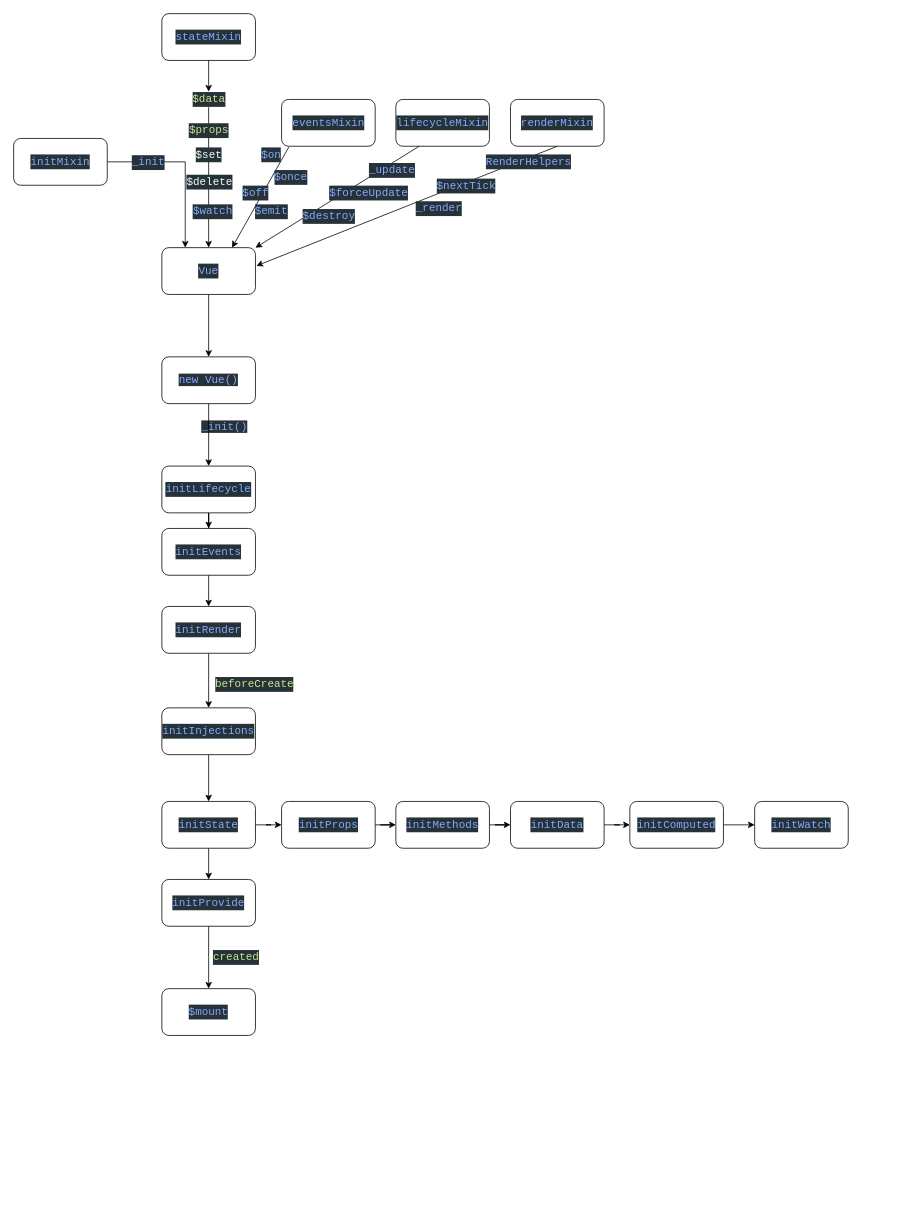
This is VueTimeline.drawio from Immanding/instanceTimeline, a draw.io file, before an edit. Source tidied: cells renumbered, new cells numbered last; positions are measured from the earlier drawing's top-left corner, leaving out a move shared by most shapes. Both pictures are drawn from the tidied source at 78%, with x=0, y=0 at pixel (13, 13).
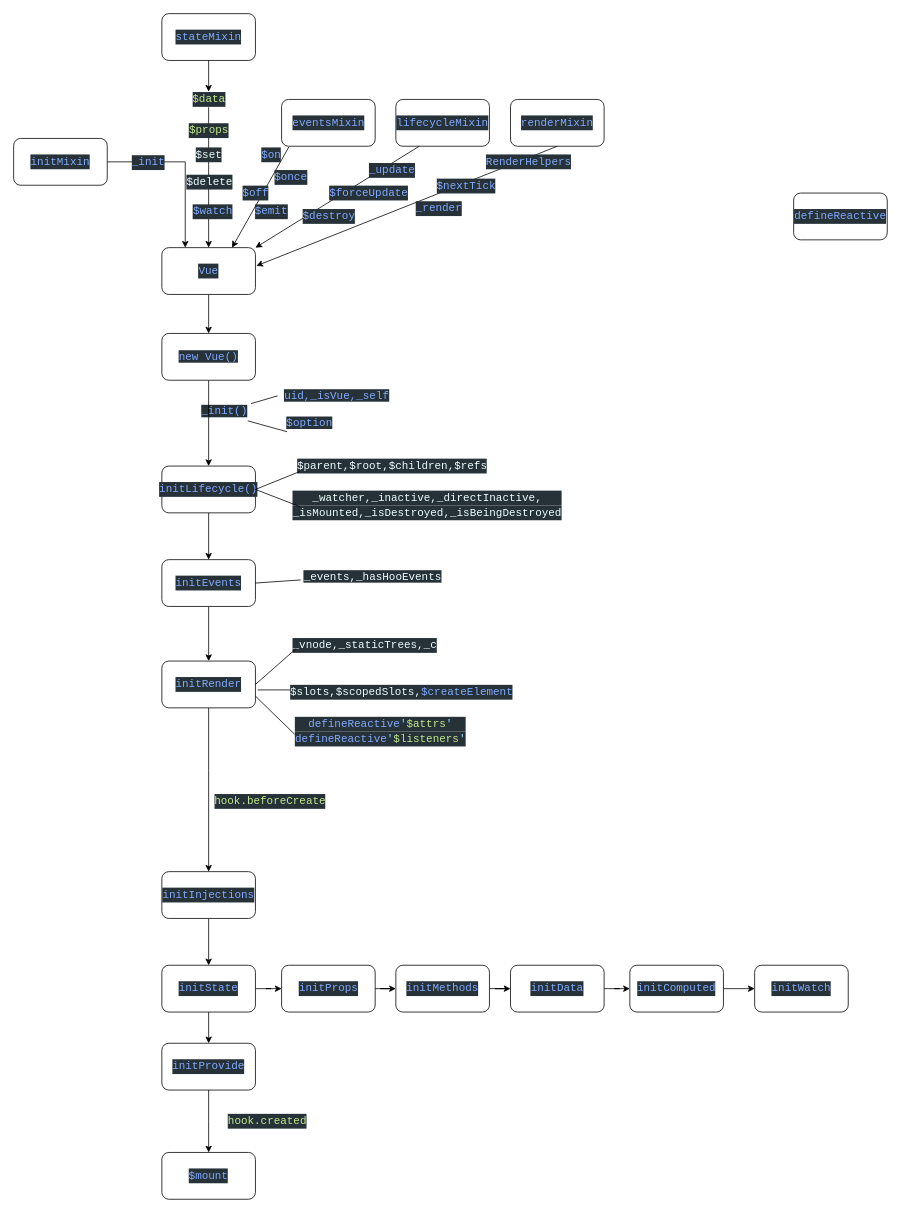
After the change.

Diff of the diagram source:
```diff
@@
-    <mxCell id="5" value="&lt;div style=&quot;color: rgb(238 , 255 , 255) ; background-color: rgb(38 , 50 , 56) ; font-family: &amp;#34;consolas&amp;#34; , &amp;#34;courier new&amp;#34; , monospace ; font-size: 14px ; line-height: 19px ; white-space: pre&quot;&gt;&lt;span style=&quot;color: #82aaff&quot;&gt;initLifecycle&lt;/span&gt;&lt;/div&gt;" style="rounded=1;whiteSpace=wrap;html=1;" parent="1" vertex="1">
+    <mxCell id="5" value="&lt;div style=&quot;color: rgb(238 , 255 , 255) ; background-color: rgb(38 , 50 , 56) ; font-family: &amp;#34;consolas&amp;#34; , &amp;#34;courier new&amp;#34; , monospace ; font-size: 14px ; line-height: 19px ; white-space: pre&quot;&gt;&lt;span style=&quot;color: #82aaff&quot;&gt;initLifecycle()&lt;/span&gt;&lt;/div&gt;" style="rounded=1;whiteSpace=wrap;html=1;" parent="1" vertex="1">
       <mxGeometry x="190" y="580" width="120" height="60" as="geometry" />
     </mxCell>
@@
     <mxCell id="7" value="&lt;div style=&quot;color: rgb(238 , 255 , 255) ; background-color: rgb(38 , 50 , 56) ; font-family: &amp;#34;consolas&amp;#34; , &amp;#34;courier new&amp;#34; , monospace ; font-size: 14px ; line-height: 19px ; white-space: pre&quot;&gt;&lt;span style=&quot;color: #82aaff&quot;&gt;initInjections&lt;/span&gt;&lt;/div&gt;" style="rounded=1;whiteSpace=wrap;html=1;" parent="1" vertex="1">
-      <mxGeometry x="190" y="890" width="120" height="60" as="geometry" />
+      <mxGeometry x="190" y="1100" width="120" height="60" as="geometry" />
     </mxCell>
     <mxCell id="8" style="edgeStyle=orthogonalEdgeStyle;rounded=0;jettySize=auto;html=1;" parent="1" edge="1" source="9" target="7">
       <mxGeometry relative="1" as="geometry">
         <Array as="points">
-          <mxPoint x="250" y="860" />
-          <mxPoint x="250" y="860" />
+          <mxPoint x="250" y="970" />
+          <mxPoint x="250" y="970" />
         </Array>
       </mxGeometry>
     </mxCell>
     <mxCell id="9" value="&lt;div style=&quot;color: rgb(238 , 255 , 255) ; background-color: rgb(38 , 50 , 56) ; font-family: &amp;#34;consolas&amp;#34; , &amp;#34;courier new&amp;#34; , monospace ; font-size: 14px ; line-height: 19px ; white-space: pre&quot;&gt;&lt;span style=&quot;color: #82aaff&quot;&gt;initRender&lt;/span&gt;&lt;/div&gt;" style="rounded=1;whiteSpace=wrap;html=1;" parent="1" vertex="1">
-      <mxGeometry x="190" y="760" width="120" height="60" as="geometry" />
+      <mxGeometry x="190" y="830" width="120" height="60" as="geometry" />
     </mxCell>
@@
     <mxCell id="11" value="&lt;div style=&quot;color: rgb(238 , 255 , 255) ; background-color: rgb(38 , 50 , 56) ; font-family: &amp;#34;consolas&amp;#34; , &amp;#34;courier new&amp;#34; , monospace ; font-size: 14px ; line-height: 19px ; white-space: pre&quot;&gt;&lt;span style=&quot;color: #82aaff&quot;&gt;initEvents&lt;/span&gt;&lt;/div&gt;" style="rounded=1;whiteSpace=wrap;html=1;" parent="1" vertex="1">
-      <mxGeometry x="190" y="660" width="120" height="60" as="geometry" />
+      <mxGeometry x="190" y="700" width="120" height="60" as="geometry" />
     </mxCell>
-    <mxCell id="12" value="&lt;div style=&quot;color: rgb(238 , 255 , 255) ; background-color: rgb(38 , 50 , 56) ; font-family: &amp;#34;consolas&amp;#34; , &amp;#34;courier new&amp;#34; , monospace ; font-size: 14px ; line-height: 19px ; white-space: pre&quot;&gt;&lt;span style=&quot;color: #c3e88d&quot;&gt;beforeCreate&lt;/span&gt;&lt;/div&gt;" style="text;html=1;strokeColor=none;fillColor=none;align=center;verticalAlign=middle;whiteSpace=wrap;rounded=0;" parent="1" vertex="1">
-      <mxGeometry x="274" y="850" width="70" height="20" as="geometry" />
+    <mxCell id="12" value="&lt;div style=&quot;color: rgb(238 , 255 , 255) ; background-color: rgb(38 , 50 , 56) ; font-family: &amp;#34;consolas&amp;#34; , &amp;#34;courier new&amp;#34; , monospace ; font-size: 14px ; line-height: 19px ; white-space: pre&quot;&gt;&lt;span style=&quot;color: #c3e88d&quot;&gt;hook.beforeCreate&lt;/span&gt;&lt;/div&gt;" style="text;html=1;strokeColor=none;fillColor=none;align=center;verticalAlign=middle;whiteSpace=wrap;rounded=0;" parent="1" vertex="1">
+      <mxGeometry x="293.5" y="1000" width="70" height="20" as="geometry" />
     </mxCell>
@@
     <mxCell id="15" value="&lt;div style=&quot;color: rgb(238 , 255 , 255) ; background-color: rgb(38 , 50 , 56) ; font-family: &amp;#34;consolas&amp;#34; , &amp;#34;courier new&amp;#34; , monospace ; font-size: 14px ; line-height: 19px ; white-space: pre&quot;&gt;&lt;span style=&quot;color: #82aaff&quot;&gt;initState&lt;/span&gt;&lt;/div&gt;" style="rounded=1;whiteSpace=wrap;html=1;" parent="1" vertex="1">
-      <mxGeometry x="190" y="1010" width="120" height="60" as="geometry" />
+      <mxGeometry x="190" y="1220" width="120" height="60" as="geometry" />
     </mxCell>
@@
     <mxCell id="17" value="&lt;div style=&quot;color: rgb(238 , 255 , 255) ; background-color: rgb(38 , 50 , 56) ; font-family: &amp;#34;consolas&amp;#34; , &amp;#34;courier new&amp;#34; , monospace ; font-size: 14px ; line-height: 19px ; white-space: pre&quot;&gt;&lt;span style=&quot;color: #82aaff&quot;&gt;initProps&lt;/span&gt;&lt;/div&gt;" style="rounded=1;whiteSpace=wrap;html=1;" parent="1" vertex="1">
-      <mxGeometry x="343.5" y="1010" width="120" height="60" as="geometry" />
+      <mxGeometry x="343.5" y="1220" width="120" height="60" as="geometry" />
     </mxCell>
@@
     <mxCell id="19" value="&lt;div style=&quot;color: rgb(238 , 255 , 255) ; background-color: rgb(38 , 50 , 56) ; font-family: &amp;#34;consolas&amp;#34; , &amp;#34;courier new&amp;#34; , monospace ; font-size: 14px ; line-height: 19px ; white-space: pre&quot;&gt;&lt;span style=&quot;color: #82aaff&quot;&gt;initMethods&lt;/span&gt;&lt;/div&gt;" style="rounded=1;whiteSpace=wrap;html=1;" parent="1" vertex="1">
-      <mxGeometry x="490" y="1010" width="120" height="60" as="geometry" />
+      <mxGeometry x="490" y="1220" width="120" height="60" as="geometry" />
     </mxCell>
@@
     <mxCell id="21" value="&lt;div style=&quot;color: rgb(238 , 255 , 255) ; background-color: rgb(38 , 50 , 56) ; font-family: &amp;#34;consolas&amp;#34; , &amp;#34;courier new&amp;#34; , monospace ; font-size: 14px ; line-height: 19px ; white-space: pre&quot;&gt;&lt;span style=&quot;color: #82aaff&quot;&gt;initData&lt;/span&gt;&lt;/div&gt;" style="rounded=1;whiteSpace=wrap;html=1;" parent="1" vertex="1">
-      <mxGeometry x="637" y="1010" width="120" height="60" as="geometry" />
+      <mxGeometry x="637" y="1220" width="120" height="60" as="geometry" />
     </mxCell>
@@
     <mxCell id="23" value="&lt;div style=&quot;color: rgb(238 , 255 , 255) ; background-color: rgb(38 , 50 , 56) ; font-family: &amp;#34;consolas&amp;#34; , &amp;#34;courier new&amp;#34; , monospace ; font-size: 14px ; line-height: 19px ; white-space: pre&quot;&gt;&lt;span style=&quot;color: #82aaff&quot;&gt;initComputed&lt;/span&gt;&lt;/div&gt;" style="rounded=1;whiteSpace=wrap;html=1;" parent="1" vertex="1">
-      <mxGeometry x="790" y="1010" width="120" height="60" as="geometry" />
+      <mxGeometry x="790" y="1220" width="120" height="60" as="geometry" />
     </mxCell>
     <mxCell id="24" value="&lt;div style=&quot;color: rgb(238 , 255 , 255) ; background-color: rgb(38 , 50 , 56) ; font-family: &amp;#34;consolas&amp;#34; , &amp;#34;courier new&amp;#34; , monospace ; font-size: 14px ; line-height: 19px ; white-space: pre&quot;&gt;&lt;span style=&quot;color: #82aaff&quot;&gt;initWatch&lt;/span&gt;&lt;/div&gt;" style="rounded=1;whiteSpace=wrap;html=1;" parent="1" vertex="1">
-      <mxGeometry x="950" y="1010" width="120" height="60" as="geometry" />
+      <mxGeometry x="950" y="1220" width="120" height="60" as="geometry" />
     </mxCell>
     <mxCell id="25" style="edgeStyle=orthogonalEdgeStyle;rounded=0;jettySize=auto;html=1;" parent="1" edge="1" source="26">
       <mxGeometry relative="1" as="geometry">
-        <mxPoint x="250" y="1250" as="targetPoint" />
+        <mxPoint x="250" y="1460" as="targetPoint" />
       </mxGeometry>
     </mxCell>
     <mxCell id="26" value="&lt;div style=&quot;color: rgb(238 , 255 , 255) ; background-color: rgb(38 , 50 , 56) ; font-family: &amp;#34;consolas&amp;#34; , &amp;#34;courier new&amp;#34; , monospace ; font-size: 14px ; line-height: 19px ; white-space: pre&quot;&gt;&lt;span style=&quot;color: #82aaff&quot;&gt;initProvide&lt;/span&gt;&lt;/div&gt;" style="rounded=1;whiteSpace=wrap;html=1;" parent="1" vertex="1">
-      <mxGeometry x="190" y="1110" width="120" height="60" as="geometry" />
+      <mxGeometry x="190" y="1320" width="120" height="60" as="geometry" />
     </mxCell>
-    <mxCell id="27" value="&lt;div style=&quot;color: rgb(238 , 255 , 255) ; background-color: rgb(38 , 50 , 56) ; font-family: &amp;#34;consolas&amp;#34; , &amp;#34;courier new&amp;#34; , monospace ; font-size: 14px ; line-height: 19px ; white-space: pre&quot;&gt;&lt;span style=&quot;color: #c3e88d&quot;&gt;created&lt;/span&gt;&lt;/div&gt;" style="text;html=1;align=center;verticalAlign=middle;" parent="1" vertex="1">
-      <mxGeometry x="250" y="1200" width="70" height="20" as="geometry" />
+    <mxCell id="27" value="&lt;div style=&quot;color: rgb(238 , 255 , 255) ; background-color: rgb(38 , 50 , 56) ; font-family: &amp;#34;consolas&amp;#34; , &amp;#34;courier new&amp;#34; , monospace ; font-size: 14px ; line-height: 19px ; white-space: pre&quot;&gt;&lt;span style=&quot;color: #c3e88d&quot;&gt;hook.created&lt;/span&gt;&lt;/div&gt;" style="text;html=1;align=center;verticalAlign=middle;" parent="1" vertex="1">
+      <mxGeometry x="270" y="1410" width="110" height="20" as="geometry" />
     </mxCell>
     <mxCell id="28" value="&lt;div style=&quot;color: rgb(238 , 255 , 255) ; background-color: rgb(38 , 50 , 56) ; font-family: &amp;#34;consolas&amp;#34; , &amp;#34;courier new&amp;#34; , monospace ; font-size: 14px ; line-height: 19px ; white-space: pre&quot;&gt;&lt;span style=&quot;color: #82aaff&quot;&gt;$mount&lt;/span&gt;&lt;/div&gt;" style="rounded=1;whiteSpace=wrap;html=1;" parent="1" vertex="1">
-      <mxGeometry x="190" y="1250" width="120" height="60" as="geometry" />
+      <mxGeometry x="190" y="1460" width="120" height="60" as="geometry" />
     </mxCell>
@@
     <mxCell id="56" value="&lt;span style=&quot;color: rgb(130 , 170 , 255) ; font-family: &amp;#34;consolas&amp;#34; , &amp;#34;courier new&amp;#34; , monospace ; font-size: 14px ; text-align: left ; white-space: pre ; background-color: rgb(38 , 50 , 56)&quot;&gt;_init()&lt;/span&gt;" style="text;html=1;align=center;verticalAlign=middle;points=[];" parent="1" vertex="1">
-      <mxGeometry x="235" y="520" width="70" height="20" as="geometry" />
+      <mxGeometry x="235" y="500" width="70" height="20" as="geometry" />
     </mxCell>
+    <mxCell id="59" value="&lt;div style=&quot;text-align: left&quot;&gt;&lt;font color=&quot;#82aaff&quot; face=&quot;consolas, courier new, monospace&quot;&gt;&lt;span style=&quot;font-size: 14px ; white-space: pre ; background-color: rgb(38 , 50 , 56)&quot;&gt;uid,_isVue,_self&lt;/span&gt;&lt;/font&gt;&lt;/div&gt;" style="text;html=1;align=center;verticalAlign=middle;points=[];" parent="1" vertex="1">
+      <mxGeometry x="343.5" y="480" width="140" height="20" as="geometry" />
+    </mxCell>
@@
     <mxCell id="58" value="&lt;span style=&quot;color: rgb(130 , 170 , 255) ; font-family: &amp;#34;consolas&amp;#34; , &amp;#34;courier new&amp;#34; , monospace ; font-size: 14px ; white-space: pre ; background-color: rgb(38 , 50 , 56)&quot;&gt;new Vue()&lt;/span&gt;" style="rounded=1;whiteSpace=wrap;html=1;" parent="1" vertex="1">
-      <mxGeometry x="190" y="440" width="120" height="60" as="geometry" />
+      <mxGeometry x="190" y="410" width="120" height="60" as="geometry" />
     </mxCell>
+    <mxCell id="60" value="&lt;div style=&quot;color: rgb(238 , 255 , 255) ; background-color: rgb(38 , 50 , 56) ; font-family: &amp;#34;consolas&amp;#34; , &amp;#34;courier new&amp;#34; , monospace ; font-size: 14px ; line-height: 19px ; white-space: pre&quot;&gt;$parent,$root,$children,$refs&lt;/div&gt;" style="text;html=1;align=center;verticalAlign=middle;points=[];" parent="1" vertex="1">
+      <mxGeometry x="365" y="570" width="240" height="20" as="geometry" />
+    </mxCell>
+    <mxCell id="61" style="endArrow=none;html=1;exitX=1;exitY=0.5;exitDx=0;exitDy=0;entryX=0.008;entryY=0.85;entryDx=0;entryDy=0;entryPerimeter=0;" parent="1" edge="1" source="5" target="60">
+      <mxGeometry relative="1" as="geometry" />
+    </mxCell>
+    <mxCell id="62" value="&lt;div style=&quot;color: rgb(238 , 255 , 255) ; background-color: rgb(38 , 50 , 56) ; font-family: &amp;#34;consolas&amp;#34; , &amp;#34;courier new&amp;#34; , monospace ; font-size: 14px ; line-height: 19px ; white-space: pre&quot;&gt;_watcher,_inactive,_directInactive,&lt;/div&gt;&lt;div style=&quot;color: rgb(238 , 255 , 255) ; background-color: rgb(38 , 50 , 56) ; font-family: &amp;#34;consolas&amp;#34; , &amp;#34;courier new&amp;#34; , monospace ; font-size: 14px ; line-height: 19px ; white-space: pre&quot;&gt;_isMounted,_isDestroyed,_isBeingDestroyed&lt;/div&gt;" style="text;html=1;align=center;verticalAlign=middle;points=[];" parent="1" vertex="1">
+      <mxGeometry x="365" y="610" width="330" height="40" as="geometry" />
+    </mxCell>
+    <mxCell id="63" style="endArrow=none;html=1;exitX=1;exitY=0.5;exitDx=0;exitDy=0;entryX=0.006;entryY=0.55;entryDx=0;entryDy=0;entryPerimeter=0;" parent="1" edge="1" source="5" target="62">
+      <mxGeometry relative="1" as="geometry" />
+    </mxCell>
+    <mxCell id="64" value="&lt;span style=&quot;color: rgb(130 , 170 , 255) ; font-family: &amp;#34;consolas&amp;#34; , &amp;#34;courier new&amp;#34; , monospace ; font-size: 14px ; text-align: left ; white-space: pre ; background-color: rgb(38 , 50 , 56)&quot;&gt;$option&lt;/span&gt;" style="text;html=1;align=center;verticalAlign=middle;points=[];" parent="1" vertex="1">
+      <mxGeometry x="343.5" y="515" width="70" height="20" as="geometry" />
+    </mxCell>
+    <mxCell id="65" style="endArrow=none;html=1;entryX=-0.036;entryY=0.5;entryDx=0;entryDy=0;entryPerimeter=0;" parent="1" edge="1" source="56" target="59">
+      <mxGeometry relative="1" as="geometry" />
+    </mxCell>
+    <mxCell id="66" style="endArrow=none;html=1;exitX=0.929;exitY=1.1;exitDx=0;exitDy=0;exitPerimeter=0;entryX=0.1;entryY=1.05;entryDx=0;entryDy=0;entryPerimeter=0;" parent="1" edge="1" source="56" target="64">
+      <mxGeometry relative="1" as="geometry" />
+    </mxCell>
+    <mxCell id="67" value="&lt;font color=&quot;#eeffff&quot; face=&quot;consolas, courier new, monospace&quot;&gt;&lt;span style=&quot;font-size: 14px ; white-space: pre ; background-color: rgb(38 , 50 , 56)&quot;&gt;_events,_hasHooEvents&lt;br/&gt;&lt;br/&gt;&lt;/span&gt;&lt;/font&gt;" style="text;html=1;align=center;verticalAlign=middle;points=[];" parent="1" vertex="1">
+      <mxGeometry x="370" y="715" width="180" height="30" as="geometry" />
+    </mxCell>
+    <mxCell id="68" style="endArrow=none;html=1;exitX=1;exitY=0.5;exitDx=0;exitDy=0;entryX=-0.011;entryY=0.367;entryDx=0;entryDy=0;entryPerimeter=0;" parent="1" edge="1" source="11" target="67">
+      <mxGeometry relative="1" as="geometry" />
+    </mxCell>
+    <mxCell id="69" value="&lt;div style=&quot;color: rgb(238 , 255 , 255) ; background-color: rgb(38 , 50 , 56) ; font-family: &amp;#34;consolas&amp;#34; , &amp;#34;courier new&amp;#34; , monospace ; font-size: 14px ; line-height: 19px ; white-space: pre&quot;&gt;&lt;div&gt;_vnode,_staticTrees,_c&lt;/div&gt;&lt;div&gt;&lt;span style=&quot;color: #f07178&quot;&gt;&lt;/span&gt;&lt;/div&gt;&lt;/div&gt;" style="text;html=1;align=center;verticalAlign=middle;points=[];" parent="1" vertex="1">
+      <mxGeometry x="360" y="800" width="180" height="20" as="geometry" />
+    </mxCell>
+    <mxCell id="70" value="&lt;div style=&quot;color: rgb(238 , 255 , 255) ; background-color: rgb(38 , 50 , 56) ; font-family: &amp;#34;consolas&amp;#34; , &amp;#34;courier new&amp;#34; , monospace ; font-size: 14px ; line-height: 19px ; white-space: pre&quot;&gt;&lt;div&gt;&lt;div style=&quot;font-family: &amp;#34;consolas&amp;#34; , &amp;#34;courier new&amp;#34; , monospace ; line-height: 19px&quot;&gt;$slots,&lt;span style=&quot;font-family: &amp;#34;consolas&amp;#34; , &amp;#34;courier new&amp;#34; , monospace&quot;&gt;$scopedSlots,&lt;/span&gt;&lt;span style=&quot;color: rgb(130 , 170 , 255) ; font-family: &amp;#34;consolas&amp;#34; , &amp;#34;courier new&amp;#34; , monospace&quot;&gt;$&lt;/span&gt;&lt;span style=&quot;color: rgb(130 , 170 , 255) ; font-family: &amp;#34;consolas&amp;#34; , &amp;#34;courier new&amp;#34; , monospace&quot;&gt;createElement&lt;/span&gt;&lt;/div&gt;&lt;/div&gt;&lt;div&gt;&lt;span style=&quot;color: #f07178&quot;&gt;&lt;/span&gt;&lt;/div&gt;&lt;/div&gt;" style="text;html=1;align=center;verticalAlign=middle;points=[];" parent="1" vertex="1">
+      <mxGeometry x="357" y="860" width="280" height="20" as="geometry" />
+    </mxCell>
+    <mxCell id="71" style="endArrow=none;html=1;exitX=1;exitY=0.5;exitDx=0;exitDy=0;entryX=0.012;entryY=0.7;entryDx=0;entryDy=0;entryPerimeter=0;" parent="1" edge="1" source="9" target="69">
+      <mxGeometry relative="1" as="geometry" />
+    </mxCell>
+    <mxCell id="72" style="endArrow=none;html=1;exitX=1.025;exitY=0.617;exitDx=0;exitDy=0;exitPerimeter=0;entryX=-0.006;entryY=0.35;entryDx=0;entryDy=0;entryPerimeter=0;" parent="1" edge="1" source="9" target="70">
+      <mxGeometry relative="1" as="geometry" />
+    </mxCell>
+    <mxCell id="73" value="&lt;div style=&quot;color: rgb(238 , 255 , 255) ; background-color: rgb(38 , 50 , 56) ; font-family: &amp;#34;consolas&amp;#34; , &amp;#34;courier new&amp;#34; , monospace ; font-size: 14px ; line-height: 19px ; white-space: pre&quot;&gt;&lt;span style=&quot;color: #82aaff&quot;&gt;defineReactive&lt;/span&gt;&lt;/div&gt;" style="rounded=1;whiteSpace=wrap;html=1;" parent="1" vertex="1">
+      <mxGeometry x="1000" y="230" width="120" height="60" as="geometry" />
+    </mxCell>
+    <mxCell id="74" value="&lt;div style=&quot;color: rgb(238 , 255 , 255) ; background-color: rgb(38 , 50 , 56) ; font-family: &amp;#34;consolas&amp;#34; , &amp;#34;courier new&amp;#34; , monospace ; font-size: 14px ; line-height: 19px ; white-space: pre&quot;&gt;&lt;span style=&quot;color: #82aaff&quot;&gt;defineReactive&lt;/span&gt;&lt;span style=&quot;color: #89ddff&quot;&gt;'&lt;/span&gt;&lt;span style=&quot;color: #c3e88d&quot;&gt;$attrs&lt;/span&gt;&lt;span style=&quot;color: #89ddff&quot;&gt;'&lt;/span&gt;&lt;/div&gt;&lt;div style=&quot;color: rgb(238 , 255 , 255) ; background-color: rgb(38 , 50 , 56) ; font-family: &amp;#34;consolas&amp;#34; , &amp;#34;courier new&amp;#34; , monospace ; font-size: 14px ; line-height: 19px ; white-space: pre&quot;&gt;&lt;div style=&quot;font-family: &amp;#34;consolas&amp;#34; , &amp;#34;courier new&amp;#34; , monospace ; line-height: 19px&quot;&gt;&lt;span style=&quot;color: #82aaff&quot;&gt;defineReactive&lt;/span&gt;&lt;span style=&quot;color: #89ddff&quot;&gt;'&lt;/span&gt;&lt;span style=&quot;color: #c3e88d&quot;&gt;$&lt;/span&gt;&lt;span style=&quot;color: rgb(195 , 232 , 141)&quot;&gt;listeners&lt;/span&gt;&lt;span style=&quot;color: rgb(137 , 221 , 255)&quot;&gt;'&lt;/span&gt;&lt;br&gt;&lt;/div&gt;&lt;/div&gt;" style="text;html=1;align=center;verticalAlign=middle;points=[];" parent="1" vertex="1">
+      <mxGeometry x="360" y="900" width="220" height="40" as="geometry" />
+    </mxCell>
+    <mxCell id="75" style="endArrow=none;html=1;exitX=1;exitY=0.75;exitDx=0;exitDy=0;entryX=0.001;entryY=0.597;entryDx=0;entryDy=0;entryPerimeter=0;" parent="1" edge="1" source="9" target="74">
+      <mxGeometry relative="1" as="geometry" />
+    </mxCell>
```
